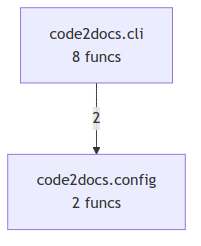
wronai/code2docs keeps this Mermaid diagram as project/compact_flow.png. Above is the earlier version. Its source is kept beside it as project/compact_flow.mmd.
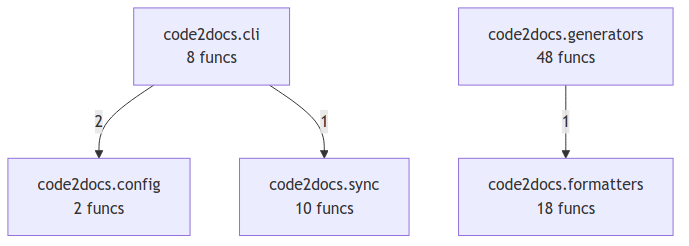
Above is the later version.

The edit, as a diff of the source:
```diff
@@ -1,4 +1,9 @@
 flowchart TD
     code2docs_cli["code2docs.cli<br/>8 funcs"]
     code2docs_config["code2docs.config<br/>2 funcs"]
+    code2docs_formatters["code2docs.formatters<br/>18 funcs"]
+    code2docs_generators["code2docs.generators<br/>48 funcs"]
+    code2docs_sync["code2docs.sync<br/>10 funcs"]
     code2docs_cli -->|2| code2docs_config
+    code2docs_cli -->|1| code2docs_sync
+    code2docs_generators -->|1| code2docs_formatters
```
